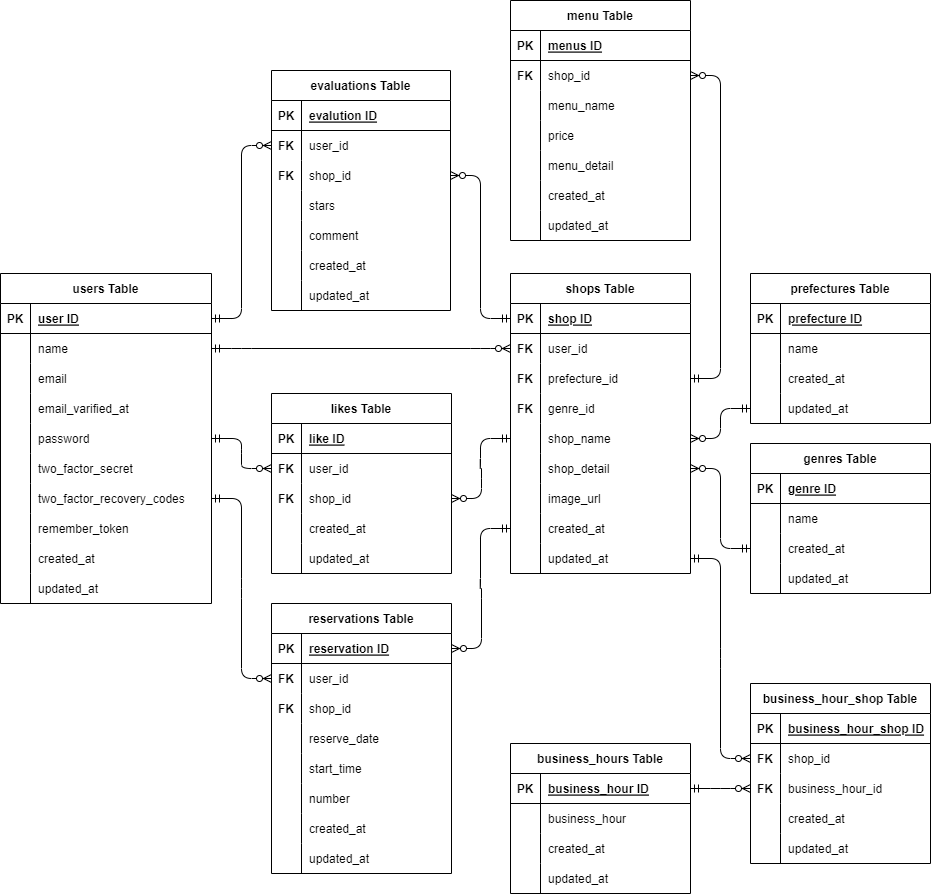
Before: project-rese.drawio.png, a diagram exported from draw.io (magmag6240/project-rese). Source tidied: cells renumbered, new cells last; positions are measured from the earlier drawing's top-left corner, leaving out a move shared by most shapes.
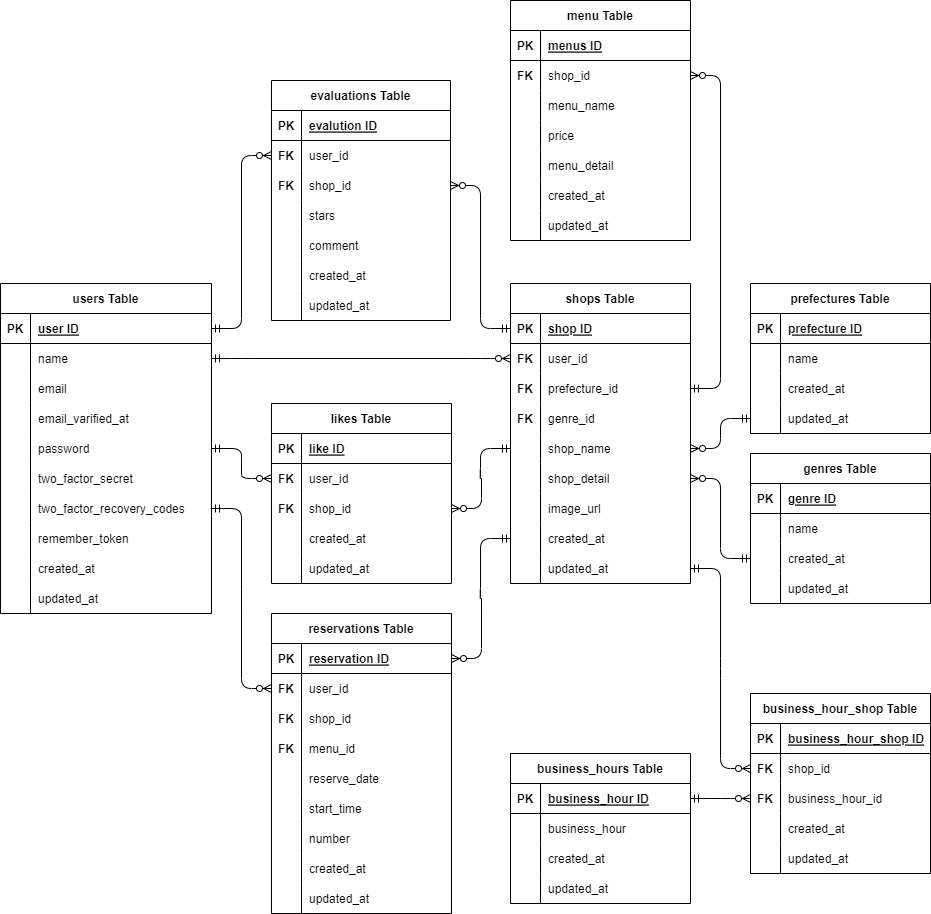
The same file after the commit.

What changed in the source:
```diff
@@ -222,7 +222,7 @@
       <mxGeometry x="30" width="150" height="30" as="geometry" />
     </mxCell>
     <mxCell id="75" value="reservations Table" style="shape=table;startSize=30;rowLines=0;fontStyle=1;align=center;" parent="1" vertex="1">
-      <mxGeometry x="271" y="603" width="180" height="270" as="geometry" />
+      <mxGeometry x="271" y="603" width="180" height="300" as="geometry" />
     </mxCell>
     <mxCell id="76" style="shape=tableRow;horizontal=0;startSize=0;swimlaneHead=0;swimlaneBody=0;fillColor=none;points=[[0,0.5],[1,0.5]];portConstraint=eastwest;top=0;left=0;right=0;bottom=1;" parent="75" vertex="1">
       <mxGeometry y="30" width="180" height="30" as="geometry" />
@@ -251,8 +251,17 @@
     <mxCell id="84" value="shop_id" style="shape=partialRectangle;fillColor=none;top=0;left=0;bottom=0;right=0;align=left;spacingLeft=6;overflow=hidden;" parent="82" vertex="1">
       <mxGeometry x="30" width="150" height="30" as="geometry" />
     </mxCell>
+    <mxCell id="213" style="shape=tableRow;horizontal=0;startSize=0;swimlaneHead=0;swimlaneBody=0;fillColor=none;top=0;left=0;right=0;bottom=0;" parent="75" vertex="1">
+      <mxGeometry y="120" width="180" height="30" as="geometry" />
+    </mxCell>
+    <mxCell id="214" value="FK" style="shape=partialRectangle;fillColor=none;top=0;left=0;bottom=0;right=0;overflow=hidden;fontStyle=1;" parent="213" vertex="1">
+      <mxGeometry width="30" height="30" as="geometry" />
+    </mxCell>
+    <mxCell id="215" value="menu_id" style="shape=partialRectangle;fillColor=none;top=0;left=0;bottom=0;right=0;align=left;spacingLeft=6;overflow=hidden;" parent="213" vertex="1">
+      <mxGeometry x="30" width="150" height="30" as="geometry" />
+    </mxCell>
     <mxCell id="85" style="shape=tableRow;horizontal=0;startSize=0;swimlaneHead=0;swimlaneBody=0;fillColor=none;top=0;left=0;right=0;bottom=0;" parent="75" vertex="1">
-      <mxGeometry y="120" width="180" height="30" as="geometry" />
+      <mxGeometry y="150" width="180" height="30" as="geometry" />
     </mxCell>
     <mxCell id="86" style="shape=partialRectangle;fillColor=none;top=0;left=0;bottom=0;right=0;overflow=hidden;" parent="85" vertex="1">
       <mxGeometry width="30" height="30" as="geometry" />
@@ -261,7 +270,7 @@
       <mxGeometry x="30" width="150" height="30" as="geometry" />
     </mxCell>
     <mxCell id="88" style="shape=tableRow;horizontal=0;startSize=0;swimlaneHead=0;swimlaneBody=0;fillColor=none;top=0;left=0;right=0;bottom=0;" parent="75" vertex="1">
-      <mxGeometry y="150" width="180" height="30" as="geometry" />
+      <mxGeometry y="180" width="180" height="30" as="geometry" />
     </mxCell>
     <mxCell id="89" style="shape=partialRectangle;fillColor=none;top=0;left=0;bottom=0;right=0;overflow=hidden;" parent="88" vertex="1">
       <mxGeometry width="30" height="30" as="geometry" />
@@ -270,7 +279,7 @@
       <mxGeometry x="30" width="150" height="30" as="geometry" />
     </mxCell>
     <mxCell id="91" style="shape=tableRow;horizontal=0;startSize=0;swimlaneHead=0;swimlaneBody=0;fillColor=none;top=0;left=0;right=0;bottom=0;" parent="75" vertex="1">
-      <mxGeometry y="180" width="180" height="30" as="geometry" />
+      <mxGeometry y="210" width="180" height="30" as="geometry" />
     </mxCell>
     <mxCell id="92" style="shape=partialRectangle;fillColor=none;top=0;left=0;bottom=0;right=0;overflow=hidden;" parent="91" vertex="1">
       <mxGeometry width="30" height="30" as="geometry" />
@@ -279,7 +288,7 @@
       <mxGeometry x="30" width="150" height="30" as="geometry" />
     </mxCell>
     <mxCell id="94" style="shape=tableRow;horizontal=0;startSize=0;swimlaneHead=0;swimlaneBody=0;fillColor=none;top=0;left=0;right=0;bottom=0;" parent="75" vertex="1">
-      <mxGeometry y="210" width="180" height="30" as="geometry" />
+      <mxGeometry y="240" width="180" height="30" as="geometry" />
     </mxCell>
     <mxCell id="95" style="shape=partialRectangle;fillColor=none;top=0;left=0;bottom=0;right=0;overflow=hidden;" parent="94" vertex="1">
       <mxGeometry width="30" height="30" as="geometry" />
@@ -288,7 +297,7 @@
       <mxGeometry x="30" width="150" height="30" as="geometry" />
     </mxCell>
     <mxCell id="97" style="shape=tableRow;horizontal=0;startSize=0;swimlaneHead=0;swimlaneBody=0;fillColor=none;top=0;left=0;right=0;bottom=0;" parent="75" vertex="1">
-      <mxGeometry y="240" width="180" height="30" as="geometry" />
+      <mxGeometry y="270" width="180" height="30" as="geometry" />
     </mxCell>
     <mxCell id="98" style="shape=partialRectangle;fillColor=none;top=0;left=0;bottom=0;right=0;overflow=hidden;" parent="97" vertex="1">
       <mxGeometry width="30" height="30" as="geometry" />
@@ -567,7 +576,7 @@
       <mxGeometry relative="1" as="geometry" />
     </mxCell>
     <mxCell id="190" value="menu Table" style="shape=table;startSize=30;rowLines=0;fontStyle=1;align=center;" parent="1" vertex="1">
-      <mxGeometry x="510" width="180" height="240" as="geometry" />
+      <mxGeometry x="510" y="-10" width="180" height="240" as="geometry" />
     </mxCell>
     <mxCell id="191" style="shape=tableRow;horizontal=0;startSize=0;swimlaneHead=0;swimlaneBody=0;fillColor=none;top=0;left=0;right=0;bottom=1;" parent="190" vertex="1">
       <mxGeometry y="30" width="180" height="30" as="geometry" />
```
